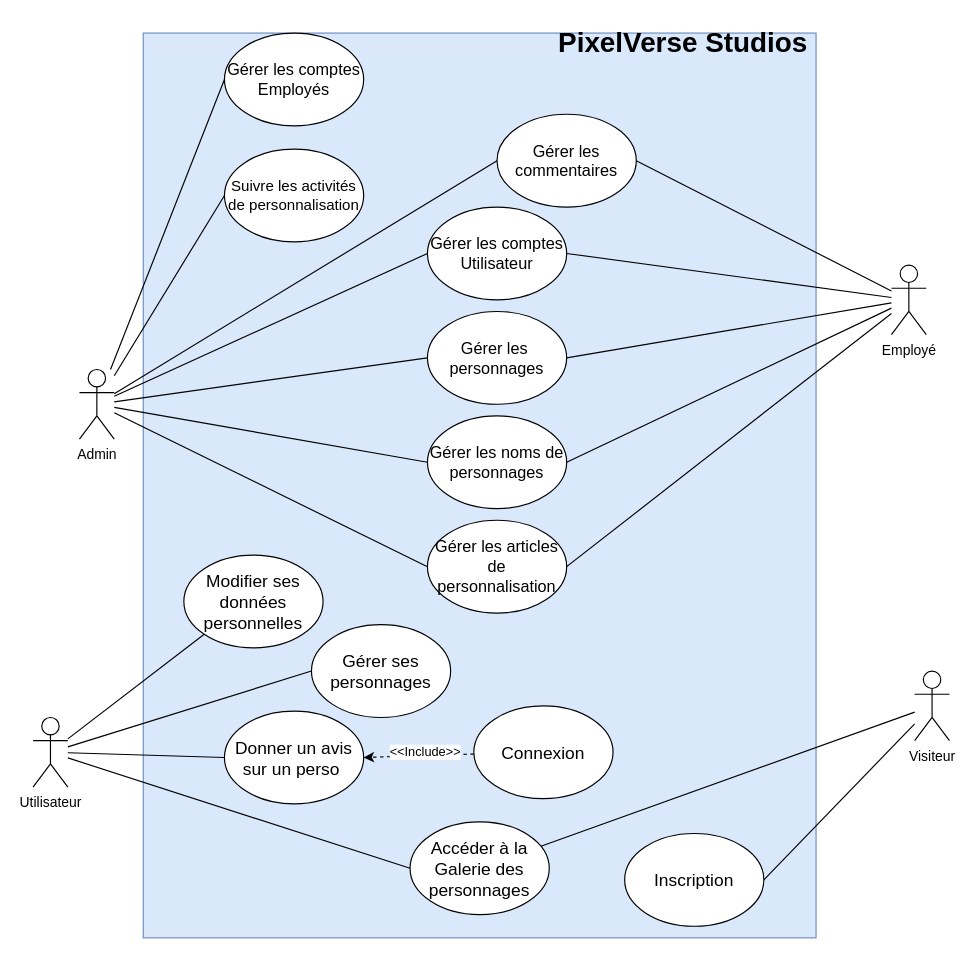
This is Docs/Cas d'utilisation.drawio from GrEg12oRi/PixelVerse-Studios, a draw.io file, before an edit. Source tidied: cells renumbered, new cells numbered last; positions are measured from the earlier drawing's top-left corner, leaving out a move shared by most shapes. Both pictures are drawn from the tidied source at 116%, with x=0, y=0 at pixel (32, 20).
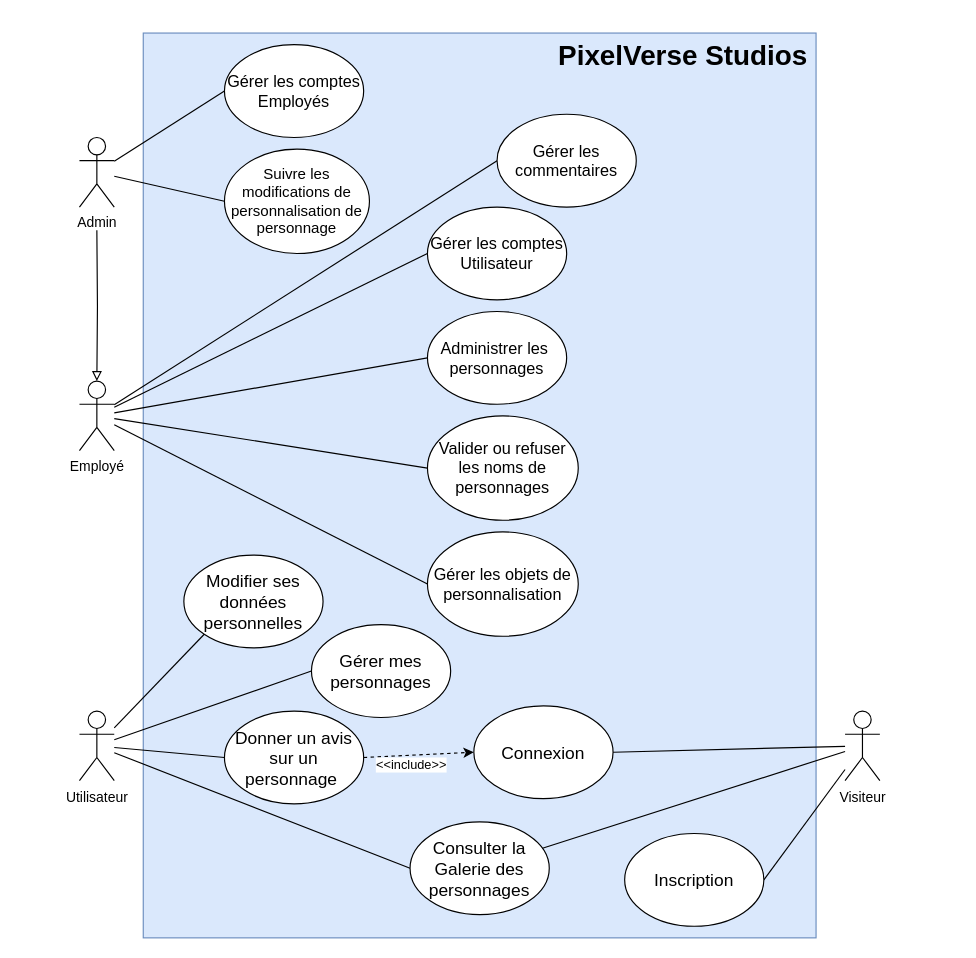
Above is the later version.

Commit message (it also covers changes not shown here):
MAJ diagramme cas d'utilisation

The change refers to these unchanged cells:
```xml
<mxCell id="31" value="&lt;span style=&quot;font-size: 15px;&quot;&gt;Connexion&lt;/span&gt;" style="ellipse;whiteSpace=wrap;html=1;direction=west;" parent="1" vertex="1">
  <mxGeometry x="380" y="591" width="120" height="80" as="geometry" />
</mxCell>
<mxCell id="37" value="&lt;font style=&quot;font-size: 14px;&quot;&gt;Gérer les comptes Utilisateur&lt;/font&gt;" style="ellipse;whiteSpace=wrap;html=1;" parent="1" vertex="1">
  <mxGeometry x="340" y="161" width="120" height="80" as="geometry" />
</mxCell>
<mxCell id="38" value="&lt;font style=&quot;font-size: 14px;&quot;&gt;Gérer les commentaires&lt;/font&gt;" style="ellipse;whiteSpace=wrap;html=1;" parent="1" vertex="1">
  <mxGeometry x="400" y="81" width="120" height="80" as="geometry" />
</mxCell>
```

Change to the diagram source:
```diff
@@
-    <mxCell id="8" style="edgeStyle=none;shape=connector;rounded=0;jettySize=auto;html=1;entryX=0;entryY=0.5;entryDx=0;entryDy=0;strokeColor=default;align=center;verticalAlign=middle;fontFamily=Helvetica;fontSize=11;fontColor=default;labelBackgroundColor=default;endArrow=none;endFill=0;" parent="1" edge="1" source="10" target="40">
-      <mxGeometry relative="1" as="geometry" />
-    </mxCell>
-    <mxCell id="9" style="edgeStyle=none;shape=connector;rounded=0;jettySize=auto;html=1;entryX=0;entryY=0.5;entryDx=0;entryDy=0;strokeColor=default;align=center;verticalAlign=middle;fontFamily=Helvetica;fontSize=11;fontColor=default;labelBackgroundColor=default;endArrow=none;endFill=0;" parent="1" edge="1" source="10" target="39">
-      <mxGeometry relative="1" as="geometry" />
-    </mxCell>
-    <mxCell id="10" value="Admin" style="shape=umlActor;verticalLabelPosition=bottom;verticalAlign=top;html=1;outlineConnect=0;" parent="1" vertex="1">
-      <mxGeometry x="40" y="301" width="30" height="60" as="geometry" />
+    <mxCell id="10" value="Employé" style="shape=umlActor;verticalLabelPosition=bottom;verticalAlign=top;html=1;outlineConnect=0;" parent="1" vertex="1">
+      <mxGeometry x="40" y="311" width="30" height="60" as="geometry" />
     </mxCell>
-    <mxCell id="11" style="rounded=0;jettySize=auto;html=1;entryX=1;entryY=0.5;entryDx=0;entryDy=0;endArrow=none;endFill=0;" parent="1" edge="1" source="16" target="34">
-      <mxGeometry relative="1" as="geometry" />
-    </mxCell>
-    <mxCell id="12" style="rounded=0;jettySize=auto;html=1;entryX=1;entryY=0.5;entryDx=0;entryDy=0;endArrow=none;endFill=0;" parent="1" edge="1" source="16" target="35">
-      <mxGeometry relative="1" as="geometry" />
-    </mxCell>
-    <mxCell id="13" style="rounded=0;jettySize=auto;html=1;entryX=1;entryY=0.5;entryDx=0;entryDy=0;startArrow=none;startFill=0;endArrow=none;endFill=0;" parent="1" edge="1" source="16" target="36">
-      <mxGeometry relative="1" as="geometry" />
-    </mxCell>
-    <mxCell id="14" style="rounded=0;jettySize=auto;html=1;entryX=1;entryY=0.5;entryDx=0;entryDy=0;endArrow=none;endFill=0;" parent="1" edge="1" source="16" target="37">
-      <mxGeometry relative="1" as="geometry" />
-    </mxCell>
-    <mxCell id="15" style="rounded=0;jettySize=auto;html=1;entryX=1;entryY=0.5;entryDx=0;entryDy=0;endArrow=none;endFill=0;" parent="1" edge="1" source="16" target="38">
-      <mxGeometry relative="1" as="geometry" />
-    </mxCell>
-    <mxCell id="16" value="Employé" style="shape=umlActor;verticalLabelPosition=bottom;verticalAlign=top;html=1;outlineConnect=0;" parent="1" vertex="1">
-      <mxGeometry x="740" y="211" width="30" height="60" as="geometry" />
-    </mxCell>
@@
     <mxCell id="21" value="Utilisateur" style="shape=umlActor;verticalLabelPosition=bottom;verticalAlign=top;html=1;outlineConnect=0;" parent="1" vertex="1">
-      <mxGeometry y="601" width="30" height="60" as="geometry" />
+      <mxGeometry x="40" y="595.5" width="30" height="60" as="geometry" />
     </mxCell>
@@
+    <mxCell id="41" style="rounded=0;jettySize=auto;html=1;entryX=0;entryY=0.5;entryDx=0;entryDy=0;startArrow=none;startFill=0;endArrow=none;endFill=0;" parent="1" edge="1" source="24" target="31">
+      <mxGeometry relative="1" as="geometry" />
+    </mxCell>
     <mxCell id="24" value="Visiteur" style="shape=umlActor;verticalLabelPosition=bottom;verticalAlign=top;html=1;outlineConnect=0;" parent="1" vertex="1">
-      <mxGeometry x="760" y="561" width="30" height="60" as="geometry" />
+      <mxGeometry x="700" y="595.5" width="30" height="60" as="geometry" />
     </mxCell>
     <mxCell id="25" value="PixelVerse Studios" style="text;strokeColor=none;fillColor=none;html=1;fontSize=24;fontStyle=1;verticalAlign=middle;align=center;" parent="1" vertex="1">
-      <mxGeometry x="445" width="230" height="40" as="geometry" />
+      <mxGeometry x="445" y="11" width="230" height="40" as="geometry" />
     </mxCell>
@@
-    <mxCell id="27" value="&lt;span style=&quot;font-size: 15px;&quot;&gt;Accéder à la Galerie des personnages&lt;/span&gt;" style="ellipse;whiteSpace=wrap;html=1;" parent="1" vertex="1">
+    <mxCell id="27" value="&lt;span style=&quot;font-size: 15px;&quot;&gt;Consulter la Galerie des personnages&lt;/span&gt;" style="ellipse;whiteSpace=wrap;html=1;" parent="1" vertex="1">
       <mxGeometry x="325" y="691" width="120" height="80" as="geometry" />
     </mxCell>
-    <mxCell id="28" value="&lt;span style=&quot;font-size: 15px;&quot;&gt;Donner un avis sur un perso&amp;nbsp;&lt;/span&gt;" style="ellipse;whiteSpace=wrap;html=1;" parent="1" vertex="1">
+    <mxCell id="28" value="&lt;span style=&quot;font-size: 15px;&quot;&gt;Donner un avis sur un personnage&amp;nbsp;&lt;/span&gt;" style="ellipse;whiteSpace=wrap;html=1;" parent="1" vertex="1">
       <mxGeometry x="165" y="595.5" width="120" height="80" as="geometry" />
     </mxCell>
-    <mxCell id="29" style="rounded=0;jettySize=auto;html=1;entryX=1;entryY=0.5;entryDx=0;entryDy=0;dashed=1;" parent="1" edge="1" source="31" target="28">
+    <mxCell id="29" style="rounded=0;jettySize=auto;html=1;dashed=1;endArrow=classic;endFill=1;entryX=1;entryY=0.5;entryDx=0;entryDy=0;exitX=1;exitY=0.5;exitDx=0;exitDy=0;" parent="1" edge="1" source="28" target="31">
       <mxGeometry relative="1" as="geometry" />
     </mxCell>
-    <mxCell id="30" value="&amp;lt;&amp;lt;Include&amp;gt;&amp;gt;" style="edgeLabel;html=1;align=center;verticalAlign=middle;" parent="29" vertex="1">
+    <mxCell id="30" value="&amp;lt;&amp;lt;include&amp;gt;&amp;gt;" style="edgeLabel;html=1;align=center;verticalAlign=middle;" parent="29" vertex="1">
       <mxGeometry x="-0.38" y="-1" relative="1" as="geometry">
-        <mxPoint x="-14" y="-2" as="offset" />
+        <mxPoint x="11" y="6" as="offset" />
       </mxGeometry>
     </mxCell>
@@
-    <mxCell id="32" value="&lt;span style=&quot;font-size: 15px;&quot;&gt;Gérer ses personnages&lt;/span&gt;" style="ellipse;whiteSpace=wrap;html=1;" parent="1" vertex="1">
+    <mxCell id="32" value="&lt;span style=&quot;font-size: 15px;&quot;&gt;Gérer mes personnages&lt;/span&gt;" style="ellipse;whiteSpace=wrap;html=1;" parent="1" vertex="1">
       <mxGeometry x="240" y="521" width="120" height="80" as="geometry" />
     </mxCell>
@@
-    <mxCell id="34" value="&lt;font style=&quot;font-size: 14px;&quot;&gt;Gérer les articles de personnalisation&lt;/font&gt;" style="ellipse;whiteSpace=wrap;html=1;" parent="1" vertex="1">
-      <mxGeometry x="340" y="431" width="120" height="80" as="geometry" />
+    <mxCell id="34" value="&lt;font style=&quot;font-size: 14px;&quot;&gt;Gérer les objets de personnalisation&lt;/font&gt;" style="ellipse;whiteSpace=wrap;html=1;" parent="1" vertex="1">
+      <mxGeometry x="340" y="441" width="130" height="90" as="geometry" />
     </mxCell>
-    <mxCell id="35" value="&lt;font style=&quot;font-size: 14px;&quot;&gt;Gérer les noms de personnages&lt;/font&gt;" style="ellipse;whiteSpace=wrap;html=1;" parent="1" vertex="1">
-      <mxGeometry x="340" y="341" width="120" height="80" as="geometry" />
+    <mxCell id="35" value="&lt;font style=&quot;font-size: 14px;&quot;&gt;Valider ou refuser les noms de personnages&lt;/font&gt;" style="ellipse;whiteSpace=wrap;html=1;" parent="1" vertex="1">
+      <mxGeometry x="340" y="341" width="130" height="90" as="geometry" />
     </mxCell>
-    <mxCell id="36" value="&lt;font style=&quot;font-size: 14px;&quot;&gt;Gérer les&amp;nbsp; personnages&lt;/font&gt;" style="ellipse;whiteSpace=wrap;html=1;" parent="1" vertex="1">
+    <mxCell id="36" value="&lt;font style=&quot;font-size: 14px;&quot;&gt;Administrer les&amp;nbsp; personnages&lt;/font&gt;" style="ellipse;whiteSpace=wrap;html=1;" parent="1" vertex="1">
       <mxGeometry x="340" y="251" width="120" height="80" as="geometry" />
     </mxCell>
@@
     <mxCell id="39" value="&lt;span style=&quot;font-size: 14px;&quot;&gt;Gérer les comptes Employés&lt;/span&gt;" style="ellipse;whiteSpace=wrap;html=1;" parent="1" vertex="1">
-      <mxGeometry x="165" y="11" width="120" height="80" as="geometry" />
+      <mxGeometry x="165" y="21" width="120" height="80" as="geometry" />
     </mxCell>
-    <mxCell id="40" value="&lt;font style=&quot;font-size: 13px;&quot;&gt;Suivre les activités de personnalisation&lt;/font&gt;" style="ellipse;whiteSpace=wrap;html=1;" parent="1" vertex="1">
-      <mxGeometry x="165" y="111" width="120" height="80" as="geometry" />
+    <mxCell id="40" value="&lt;font style=&quot;font-size: 13px;&quot;&gt;Suivre les modifications de personnalisation de personnage&lt;/font&gt;" style="ellipse;whiteSpace=wrap;html=1;" parent="1" vertex="1">
+      <mxGeometry x="165" y="111" width="125" height="90" as="geometry" />
     </mxCell>
+    <mxCell id="42" style="rounded=0;jettySize=auto;html=1;entryX=0;entryY=0.5;entryDx=0;entryDy=0;endArrow=none;endFill=0;" parent="1" edge="1" source="44" target="39">
+      <mxGeometry relative="1" as="geometry" />
+    </mxCell>
+    <mxCell id="43" style="rounded=0;jettySize=auto;html=1;endArrow=none;endFill=0;" parent="1" edge="1" source="44">
+      <mxGeometry relative="1" as="geometry">
+        <mxPoint x="165" y="156" as="targetPoint" />
+      </mxGeometry>
+    </mxCell>
+    <mxCell id="44" value="Admin" style="shape=umlActor;verticalLabelPosition=bottom;verticalAlign=top;html=1;outlineConnect=0;" parent="1" vertex="1">
+      <mxGeometry x="40" y="101" width="30" height="60" as="geometry" />
+    </mxCell>
+    <mxCell id="45" style="edgeStyle=orthogonalEdgeStyle;rounded=0;jettySize=auto;html=1;entryX=0.5;entryY=0;entryDx=0;entryDy=0;entryPerimeter=0;endArrow=block;endFill=0;" parent="1" edge="1" target="10">
+      <mxGeometry relative="1" as="geometry">
+        <mxPoint x="55" y="181" as="sourcePoint" />
+      </mxGeometry>
+    </mxCell>
```
